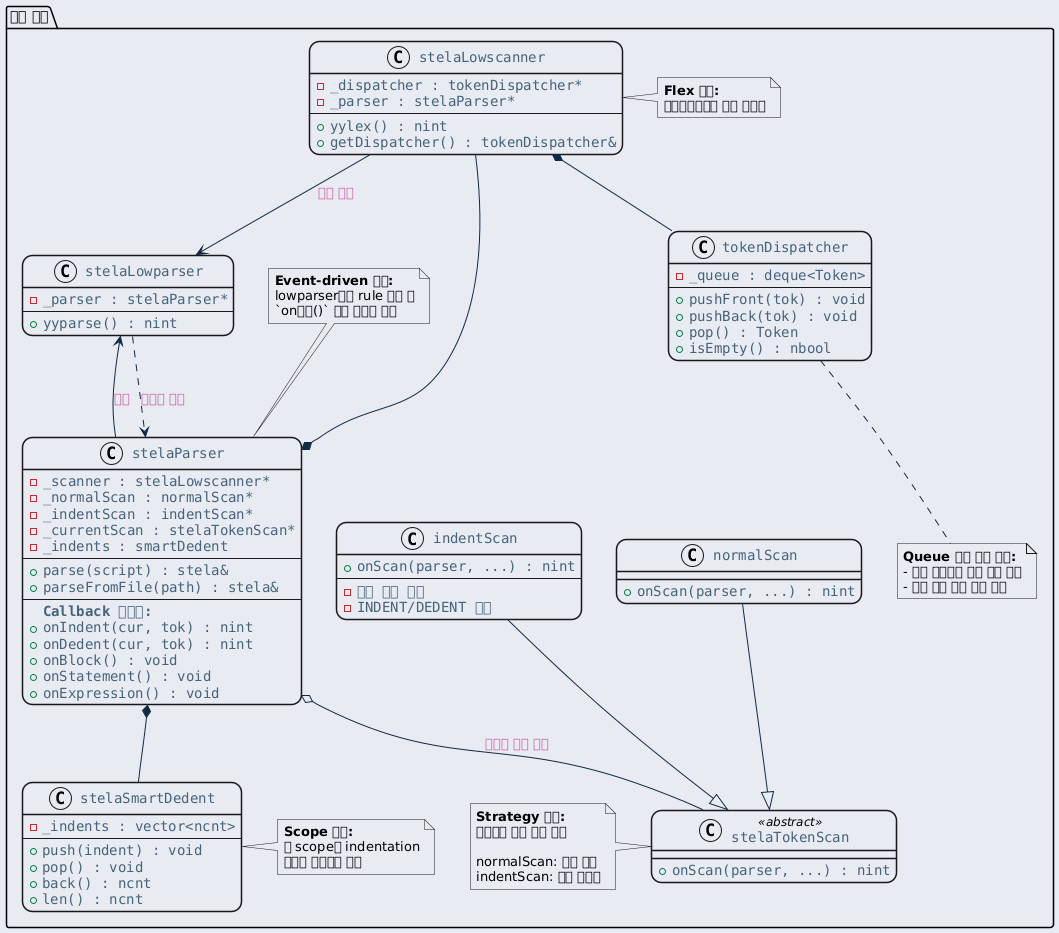
Earlier version of the PlantUML export ref/generated/ko/inline_umlgraph_16.png (byeolang/website).
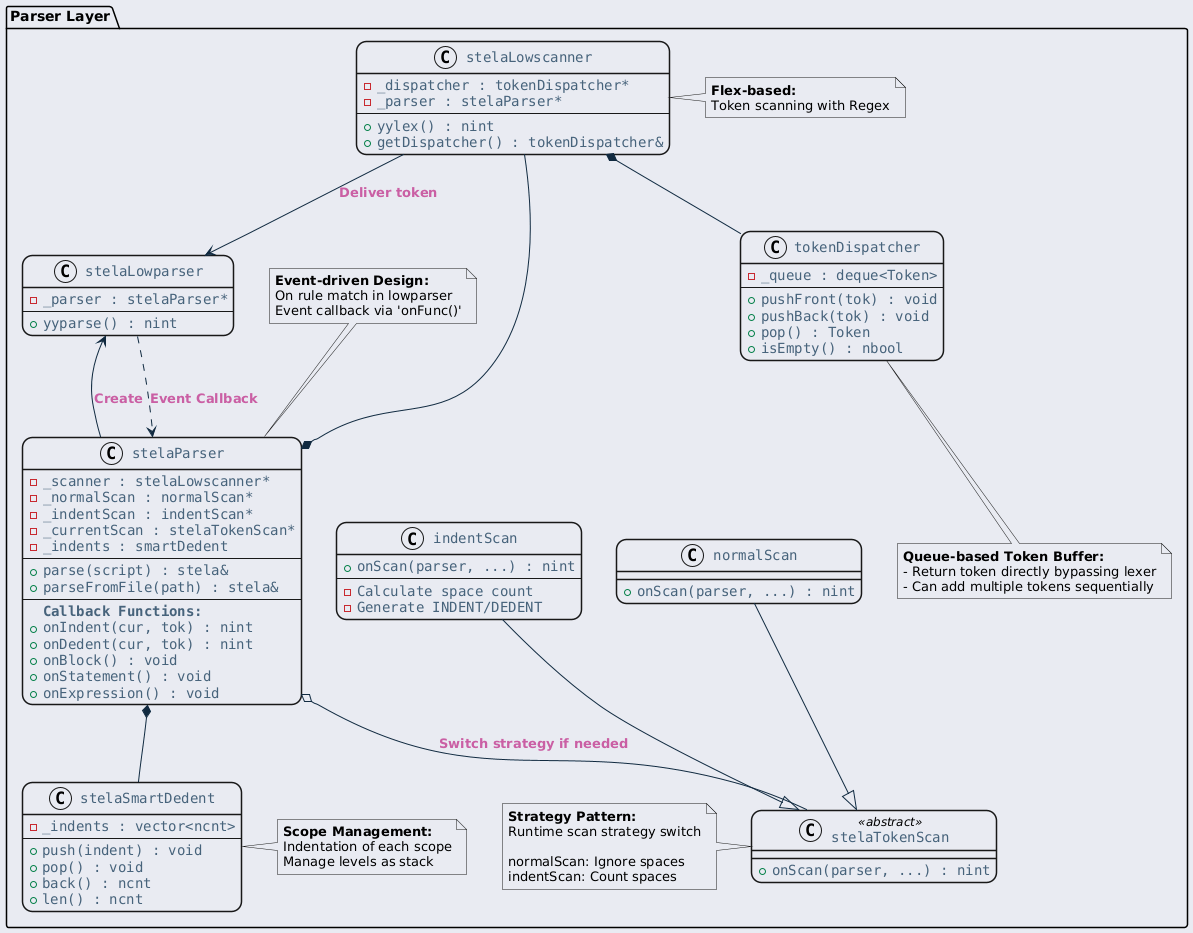
Above is the later version.

The edit, as a diff of the source:
```diff
@@ -23,7 +23,7 @@
     }
 }
 </style>
-package "파서 계층" {
+package "Parser Layer" {
     class "stelaParser" as stelaParser {
         - _scanner : stelaLowscanner*
         - _normalScan : normalScan*
@@ -34,7 +34,7 @@
         + parse(script) : stela&
         + parseFromFile(path) : stela&
         ---
-        <b>Callback 함수들:</b>
+        <b>Callback Functions:</b>
         + onIndent(cur, tok) : nint
         + onDedent(cur, tok) : nint
         + onBlock() : void
@@ -76,8 +76,8 @@
     class "indentScan" as indentScan {
         + onScan(parser, ...) : nint
         ---
-        - 공백 갯수 계산
-        - INDENT/DEDENT 생성
+        - Calculate space count
+        - Generate INDENT/DEDENT
     }
 
     class "stelaSmartDedent" as smartDedent {
@@ -90,46 +90,46 @@
     }
 
     note top of stelaParser
-      <b>Event-driven 설계:</b>
-      lowparser에서 rule 매칭 시
-      `on함수()` 들로 이벤트 콜백
+      <b>Event-driven Design:</b>
+      On rule match in lowparser
+      Event callback via 'onFunc()'
     end note
 
     note right of scanner
-      <b>Flex 기반:</b>
-      정규표현식으로 토큰 스캐닝
+      <b>Flex-based:</b>
+      Token scanning with Regex
     end note
 
     note bottom of dispatcher
-      <b>Queue 기반 토큰 버퍼:</b>
-      - 렉서 우회하여 토큰 직접 반환
-      - 여러 토큰 순차 추가 가능
+      <b>Queue-based Token Buffer:</b>
+      - Return token directly bypassing lexer
+      - Can add multiple tokens sequentially
     end note
 
     note left of tokenScan
-      <b>Strategy 패턴:</b>
-      런타임에 스캔 전략 교체
+      <b>Strategy Pattern:</b>
+      Runtime scan strategy switch
 
-      normalScan: 공백 무시
-      indentScan: 공백 카운트
+      normalScan: Ignore spaces
+      indentScan: Count spaces
     end note
 
     note right of smartDedent
-      <b>Scope 관리:</b>
-      각 scope의 indentation
-      레벨을 스택으로 관리
+      <b>Scope Management:</b>
+      Indentation of each scope
+      Manage levels as stack
     end note
 }
 
 stelaParser *-- scanner
 stelaParser *-- smartDedent
-stelaParser --> parser : 생성
-stelaParser o-- tokenScan : 필요시 전략 교체
+stelaParser --> parser : Create
+stelaParser o-- tokenScan : Switch strategy if needed
 scanner *-- dispatcher
-scanner --> parser : 토큰 전달
+scanner --> parser : Deliver token
 
 normalScan --|> tokenScan
 indentScan --|> tokenScan
 
-parser ..> stelaParser : 이벤트 콜백
+parser ..> stelaParser : Event Callback
 @enduml
```
